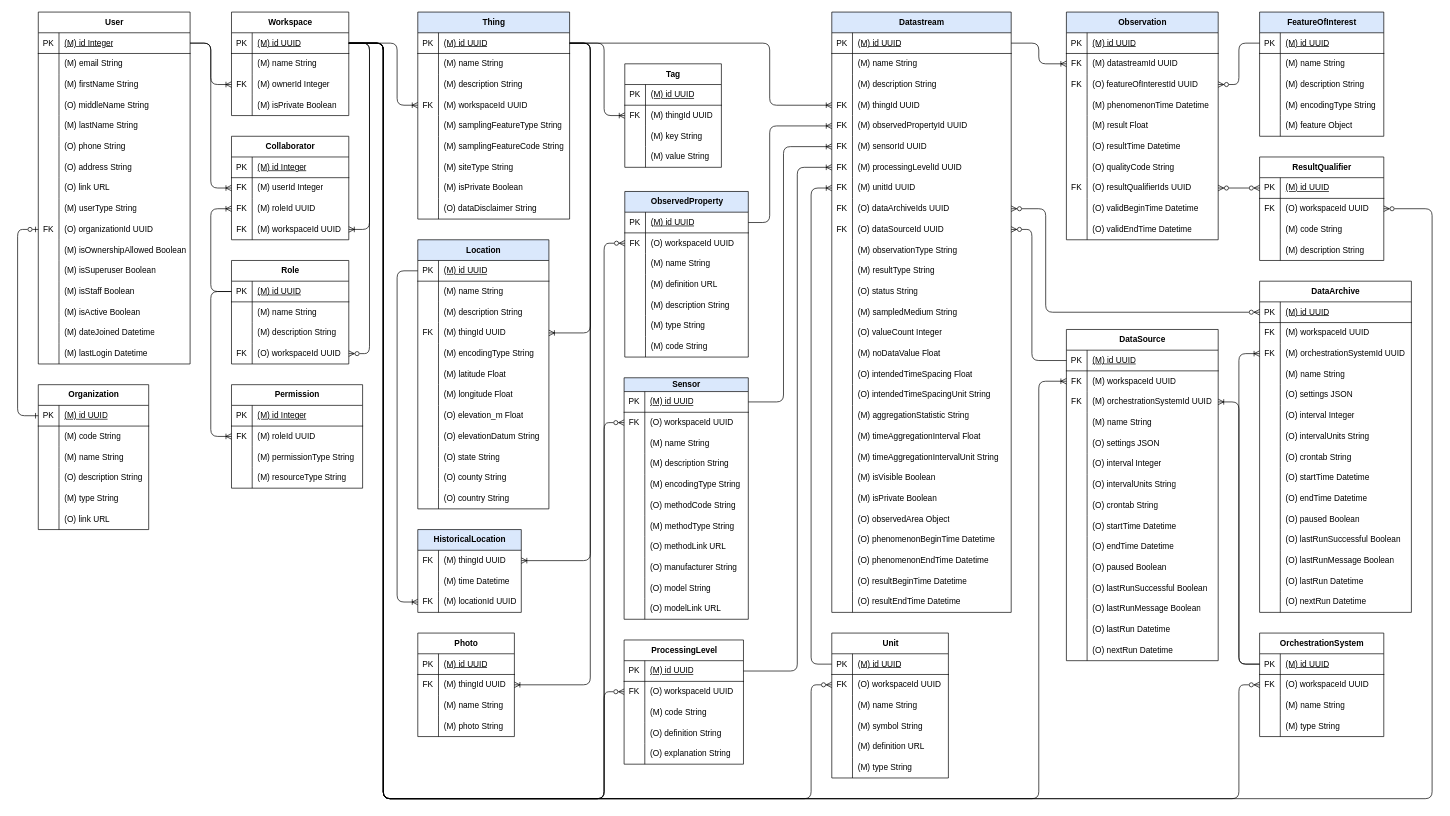
The draw.io diagram docs/datamodel/HydroServer_SensorThings_Data_Model_Simplified.drawio in hydroserver2/hydroserver, before the edit. Source tidied: cells renumbered, new cells numbered last; positions are measured from the earlier drawing's top-left corner, leaving out a move shared by most shapes. Both pictures are drawn from the tidied source at 69%, with x=0, y=0 at pixel (17, 12).
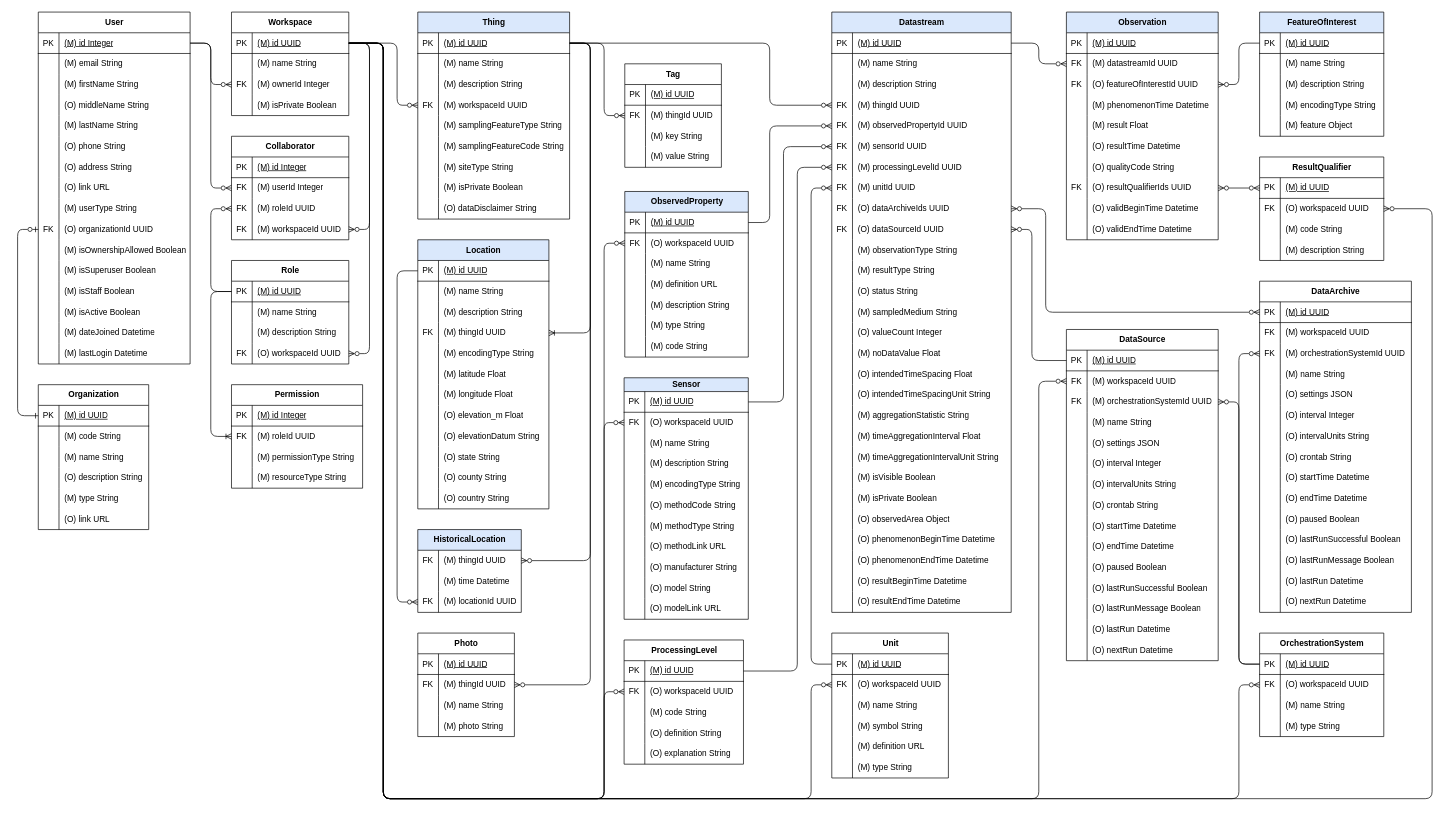
Above is the later version.

The change refers to these unchanged cells:
```xml
<mxCell id="3" style="shape=tableRow;horizontal=0;startSize=0;swimlaneHead=0;swimlaneBody=0;fillColor=none;points=[[0,0.5],[1,0.5]];portConstraint=eastwest;top=0;left=0;right=0;bottom=1;fontSize=12;" parent="2" vertex="1">
<mxCell id="71" style="shape=tableRow;horizontal=0;startSize=0;swimlaneHead=0;swimlaneBody=0;fillColor=none;points=[[0,0.5],[1,0.5]];portConstraint=eastwest;top=0;left=0;right=0;bottom=1;fontSize=12;" parent="70" vertex="1">
<mxCell id="77" style="shape=tableRow;horizontal=0;startSize=0;swimlaneHead=0;swimlaneBody=0;fillColor=none;points=[[0,0.5],[1,0.5]];portConstraint=eastwest;top=0;left=0;right=0;bottom=0;fontSize=12;" parent="70" vertex="1">
<mxCell id="87" style="shape=tableRow;horizontal=0;startSize=0;swimlaneHead=0;swimlaneBody=0;fillColor=none;points=[[0,0.5],[1,0.5]];portConstraint=eastwest;top=0;left=0;right=0;bottom=0;fontSize=12;" parent="83" vertex="1">
<mxCell id="90" style="shape=tableRow;horizontal=0;startSize=0;swimlaneHead=0;swimlaneBody=0;fillColor=none;points=[[0,0.5],[1,0.5]];portConstraint=eastwest;top=0;left=0;right=0;bottom=0;fontSize=12;" parent="83" vertex="1">
<mxCell id="93" style="shape=tableRow;horizontal=0;startSize=0;swimlaneHead=0;swimlaneBody=0;fillColor=none;points=[[0,0.5],[1,0.5]];portConstraint=eastwest;top=0;left=0;right=0;bottom=0;fontSize=12;" parent="83" vertex="1">
<mxCell id="97" style="shape=tableRow;horizontal=0;startSize=0;swimlaneHead=0;swimlaneBody=0;fillColor=none;points=[[0,0.5],[1,0.5]];portConstraint=eastwest;top=0;left=0;right=0;bottom=1;fontSize=12;" parent="96" vertex="1">
<mxCell id="123" style="shape=tableRow;horizontal=0;startSize=0;swimlaneHead=0;swimlaneBody=0;fillColor=none;points=[[0,0.5],[1,0.5]];portConstraint=eastwest;top=0;left=0;right=0;bottom=1;fontSize=12;" parent="122" vertex="1">
<mxCell id="132" style="shape=tableRow;horizontal=0;startSize=0;swimlaneHead=0;swimlaneBody=0;fillColor=none;points=[[0,0.5],[1,0.5]];portConstraint=eastwest;top=0;left=0;right=0;bottom=0;fontSize=12;" parent="122" vertex="1">
<mxCell id="158" style="shape=tableRow;horizontal=0;startSize=0;swimlaneHead=0;swimlaneBody=0;fillColor=none;points=[[0,0.5],[1,0.5]];portConstraint=eastwest;top=0;left=0;right=0;bottom=1;fontSize=12;fontStyle=1;" parent="157" vertex="1">
<mxCell id="195" style="shape=tableRow;horizontal=0;startSize=0;swimlaneHead=0;swimlaneBody=0;fillColor=none;points=[[0,0.5],[1,0.5]];portConstraint=eastwest;top=0;left=0;right=0;bottom=0;fontSize=12;" parent="194" vertex="1">
<mxCell id="201" style="shape=tableRow;horizontal=0;startSize=0;swimlaneHead=0;swimlaneBody=0;fillColor=none;points=[[0,0.5],[1,0.5]];portConstraint=eastwest;top=0;left=0;right=0;bottom=0;fontSize=12;" parent="194" vertex="1">
<mxCell id="208" style="shape=tableRow;horizontal=0;startSize=0;swimlaneHead=0;swimlaneBody=0;fillColor=none;points=[[0,0.5],[1,0.5]];portConstraint=eastwest;top=0;left=0;right=0;bottom=0;fontSize=12;" parent="204" vertex="1">
<mxCell id="221" style="shape=tableRow;horizontal=0;startSize=0;swimlaneHead=0;swimlaneBody=0;fillColor=none;points=[[0,0.5],[1,0.5]];portConstraint=eastwest;top=0;left=0;right=0;bottom=0;fontSize=12;" parent="217" vertex="1">
<mxCell id="237" style="shape=tableRow;horizontal=0;startSize=0;swimlaneHead=0;swimlaneBody=0;fillColor=none;points=[[0,0.5],[1,0.5]];portConstraint=eastwest;top=0;left=0;right=0;bottom=1;fontSize=12;" parent="236" vertex="1">
<mxCell id="272" style="shape=tableRow;horizontal=0;startSize=0;swimlaneHead=0;swimlaneBody=0;fillColor=none;points=[[0,0.5],[1,0.5]];portConstraint=eastwest;top=0;left=0;right=0;bottom=1;fontSize=12;" parent="271" vertex="1">
<mxCell id="281" style="shape=tableRow;horizontal=0;startSize=0;swimlaneHead=0;swimlaneBody=0;fillColor=none;points=[[0,0.5],[1,0.5]];portConstraint=eastwest;top=0;left=0;right=0;bottom=0;fontSize=12;" parent="271" vertex="1">
<mxCell id="284" style="shape=tableRow;horizontal=0;startSize=0;swimlaneHead=0;swimlaneBody=0;fillColor=none;points=[[0,0.5],[1,0.5]];portConstraint=eastwest;top=0;left=0;right=0;bottom=0;fontSize=12;" parent="271" vertex="1">
<mxCell id="287" style="shape=tableRow;horizontal=0;startSize=0;swimlaneHead=0;swimlaneBody=0;fillColor=none;points=[[0,0.5],[1,0.5]];portConstraint=eastwest;top=0;left=0;right=0;bottom=0;fontSize=12;" parent="271" vertex="1">
<mxCell id="290" style="shape=tableRow;horizontal=0;startSize=0;swimlaneHead=0;swimlaneBody=0;fillColor=none;points=[[0,0.5],[1,0.5]];portConstraint=eastwest;top=0;left=0;right=0;bottom=0;fontSize=12;" parent="271" vertex="1">
<mxCell id="293" style="shape=tableRow;horizontal=0;startSize=0;swimlaneHead=0;swimlaneBody=0;fillColor=none;points=[[0,0.5],[1,0.5]];portConstraint=eastwest;top=0;left=0;right=0;bottom=0;fontSize=12;" parent="271" vertex="1">
<mxCell id="359" style="shape=tableRow;horizontal=0;startSize=0;swimlaneHead=0;swimlaneBody=0;fillColor=none;points=[[0,0.5],[1,0.5]];portConstraint=eastwest;top=0;left=0;right=0;bottom=1;fontSize=12;" parent="358" vertex="1">
<mxCell id="377" style="shape=tableRow;horizontal=0;startSize=0;swimlaneHead=0;swimlaneBody=0;fillColor=none;points=[[0,0.5],[1,0.5]];portConstraint=eastwest;top=0;left=0;right=0;bottom=1;fontSize=12;" parent="376" vertex="1">
<mxCell id="399" style="shape=tableRow;horizontal=0;startSize=0;swimlaneHead=0;swimlaneBody=0;fillColor=none;points=[[0,0.5],[1,0.5]];portConstraint=eastwest;top=0;left=0;right=0;bottom=1;fontSize=12;" parent="398" vertex="1">
<mxCell id="421" style="shape=tableRow;horizontal=0;startSize=0;swimlaneHead=0;swimlaneBody=0;fillColor=none;points=[[0,0.5],[1,0.5]];portConstraint=eastwest;top=0;left=0;right=0;bottom=0;fontSize=12;" parent="417" vertex="1">
<mxCell id="482" style="shape=tableRow;horizontal=0;startSize=0;swimlaneHead=0;swimlaneBody=0;fillColor=none;points=[[0,0.5],[1,0.5]];portConstraint=eastwest;top=0;left=0;right=0;bottom=1;fontSize=12;" parent="481" vertex="1">
<mxCell id="498" style="shape=tableRow;horizontal=0;startSize=0;swimlaneHead=0;swimlaneBody=0;fillColor=none;points=[[0,0.5],[1,0.5]];portConstraint=eastwest;top=0;left=0;right=0;bottom=0;fontSize=12;" parent="494" vertex="1">
<mxCell id="501" style="shape=tableRow;horizontal=0;startSize=0;swimlaneHead=0;swimlaneBody=0;fillColor=none;points=[[0,0.5],[1,0.5]];portConstraint=eastwest;top=0;left=0;right=0;bottom=0;fontSize=12;" parent="494" vertex="1">
<mxCell id="547" style="shape=tableRow;horizontal=0;startSize=0;swimlaneHead=0;swimlaneBody=0;fillColor=none;points=[[0,0.5],[1,0.5]];portConstraint=eastwest;top=0;left=0;right=0;bottom=0;fontSize=12;" parent="540" vertex="1">
```

Change to the diagram source:
```diff
@@
-    <mxCell id="151" style="edgeStyle=orthogonalEdgeStyle;rounded=1;jettySize=auto;html=1;exitX=1;exitY=0.5;exitDx=0;exitDy=0;entryX=0;entryY=0.5;entryDx=0;entryDy=0;curved=0;endArrow=ERoneToMany;endFill=0;" parent="1" edge="1" source="3" target="77">
+    <mxCell id="151" style="edgeStyle=orthogonalEdgeStyle;rounded=1;jettySize=auto;html=1;exitX=1;exitY=0.5;exitDx=0;exitDy=0;entryX=0;entryY=0.5;entryDx=0;entryDy=0;curved=0;endArrow=ERzeroToMany;endFill=0;" parent="1" edge="1" source="3" target="77">
       <mxGeometry relative="1" as="geometry">
         <Array as="points">
           <mxPoint x="280" y="45" />
           <mxPoint x="280" y="105" />
         </Array>
       </mxGeometry>
     </mxCell>
-    <mxCell id="152" style="edgeStyle=orthogonalEdgeStyle;rounded=1;jettySize=auto;html=1;exitX=1;exitY=0.5;exitDx=0;exitDy=0;entryX=0;entryY=0.5;entryDx=0;entryDy=0;curved=0;endArrow=ERoneToMany;endFill=0;" parent="1" edge="1" source="3" target="87">
+    <mxCell id="152" style="edgeStyle=orthogonalEdgeStyle;rounded=1;jettySize=auto;html=1;exitX=1;exitY=0.5;exitDx=0;exitDy=0;entryX=0;entryY=0.5;entryDx=0;entryDy=0;curved=0;endArrow=ERzeroToMany;endFill=0;" parent="1" edge="1" source="3" target="87">
       <mxGeometry relative="1" as="geometry">
         <Array as="points">
           <mxPoint x="280" y="45" />
           <mxPoint x="280" y="255" />
         </Array>
       </mxGeometry>
     </mxCell>
-    <mxCell id="153" style="edgeStyle=orthogonalEdgeStyle;rounded=1;jettySize=auto;html=1;exitX=1;exitY=0.5;exitDx=0;exitDy=0;entryX=1;entryY=0.5;entryDx=0;entryDy=0;curved=0;endArrow=ERoneToMany;endFill=0;" parent="1" edge="1" source="71" target="93">
+    <mxCell id="153" style="edgeStyle=orthogonalEdgeStyle;rounded=1;jettySize=auto;html=1;exitX=1;exitY=0.5;exitDx=0;exitDy=0;entryX=1;entryY=0.5;entryDx=0;entryDy=0;curved=0;endArrow=ERzeroToMany;endFill=0;" parent="1" edge="1" source="71" target="93">
       <mxGeometry relative="1" as="geometry">
         <Array as="points">
           <mxPoint x="510" y="45" />
           <mxPoint x="510" y="315" />
         </Array>
       </mxGeometry>
     </mxCell>
-    <mxCell id="154" style="edgeStyle=orthogonalEdgeStyle;rounded=1;jettySize=auto;html=1;exitX=0;exitY=0.5;exitDx=0;exitDy=0;entryX=0;entryY=0.5;entryDx=0;entryDy=0;curved=0;endArrow=ERoneToMany;endFill=0;" parent="1" edge="1" source="97" target="90">
+    <mxCell id="154" style="edgeStyle=orthogonalEdgeStyle;rounded=1;jettySize=auto;html=1;exitX=0;exitY=0.5;exitDx=0;exitDy=0;entryX=0;entryY=0.5;entryDx=0;entryDy=0;curved=0;endArrow=ERzeroToMany;endFill=0;" parent="1" edge="1" source="97" target="90">
       <mxGeometry relative="1" as="geometry">
         <Array as="points">
           <mxPoint x="280" y="405" />
           <mxPoint x="280" y="285" />
         </Array>
       </mxGeometry>
     </mxCell>
@@
-    <mxCell id="230" style="edgeStyle=orthogonalEdgeStyle;rounded=1;jettySize=auto;html=1;exitX=1;exitY=0.5;exitDx=0;exitDy=0;entryX=0;entryY=0.5;entryDx=0;entryDy=0;curved=0;endArrow=ERoneToMany;endFill=0;" parent="1" edge="1" source="71" target="132">
+    <mxCell id="230" style="edgeStyle=orthogonalEdgeStyle;rounded=1;jettySize=auto;html=1;exitX=1;exitY=0.5;exitDx=0;exitDy=0;entryX=0;entryY=0.5;entryDx=0;entryDy=0;curved=0;endArrow=ERzeroToMany;endFill=0;" parent="1" edge="1" source="71" target="132">
       <mxGeometry relative="1" as="geometry">
         <Array as="points">
           <mxPoint x="550" y="45" />
           <mxPoint x="550" y="135" />
         </Array>
       </mxGeometry>
     </mxCell>
@@
-    <mxCell id="232" style="edgeStyle=orthogonalEdgeStyle;rounded=1;jettySize=auto;html=1;exitX=1;exitY=0.5;exitDx=0;exitDy=0;entryX=1;entryY=0.5;entryDx=0;entryDy=0;curved=0;endArrow=ERoneToMany;endFill=0;" parent="1" edge="1" source="123" target="195">
+    <mxCell id="232" style="edgeStyle=orthogonalEdgeStyle;rounded=1;jettySize=auto;html=1;exitX=1;exitY=0.5;exitDx=0;exitDy=0;entryX=1;entryY=0.5;entryDx=0;entryDy=0;curved=0;endArrow=ERzeroToMany;endFill=0;" parent="1" edge="1" source="123" target="195">
       <mxGeometry relative="1" as="geometry">
         <Array as="points">
           <mxPoint x="830" y="45" />
           <mxPoint x="830" y="795" />
         </Array>
       </mxGeometry>
     </mxCell>
-    <mxCell id="233" style="edgeStyle=orthogonalEdgeStyle;rounded=1;jettySize=auto;html=1;exitX=0;exitY=0.5;exitDx=0;exitDy=0;entryX=0;entryY=0.5;entryDx=0;entryDy=0;curved=0;endArrow=ERoneToMany;endFill=0;" parent="1" edge="1" source="158" target="201">
+    <mxCell id="233" style="edgeStyle=orthogonalEdgeStyle;rounded=1;jettySize=auto;html=1;exitX=0;exitY=0.5;exitDx=0;exitDy=0;entryX=0;entryY=0.5;entryDx=0;entryDy=0;curved=0;endArrow=ERzeroToMany;endFill=0;" parent="1" edge="1" source="158" target="201">
       <mxGeometry relative="1" as="geometry">
         <Array as="points">
           <mxPoint x="550" y="375" />
           <mxPoint x="550" y="855" />
         </Array>
       </mxGeometry>
     </mxCell>
-    <mxCell id="234" style="edgeStyle=orthogonalEdgeStyle;rounded=1;jettySize=auto;html=1;exitX=1;exitY=0.5;exitDx=0;exitDy=0;entryX=0;entryY=0.5;entryDx=0;entryDy=0;curved=0;endArrow=ERoneToMany;endFill=0;" parent="1" edge="1" source="123" target="208">
+    <mxCell id="234" style="edgeStyle=orthogonalEdgeStyle;rounded=1;jettySize=auto;html=1;exitX=1;exitY=0.5;exitDx=0;exitDy=0;entryX=0;entryY=0.5;entryDx=0;entryDy=0;curved=0;endArrow=ERzeroToMany;endFill=0;" parent="1" edge="1" source="123" target="208">
       <mxGeometry relative="1" as="geometry">
         <Array as="points">
           <mxPoint x="850" y="45" />
           <mxPoint x="850" y="150" />
         </Array>
       </mxGeometry>
     </mxCell>
-    <mxCell id="235" style="edgeStyle=orthogonalEdgeStyle;rounded=1;jettySize=auto;html=1;exitX=1;exitY=0.5;exitDx=0;exitDy=0;curved=0;endArrow=ERoneToMany;endFill=0;entryX=1;entryY=0.5;entryDx=0;entryDy=0;" parent="1" edge="1" source="123" target="221">
+    <mxCell id="235" style="edgeStyle=orthogonalEdgeStyle;rounded=1;jettySize=auto;html=1;exitX=1;exitY=0.5;exitDx=0;exitDy=0;curved=0;endArrow=ERzeroToMany;endFill=0;entryX=1;entryY=0.5;entryDx=0;entryDy=0;" parent="1" edge="1" source="123" target="221">
       <mxGeometry relative="1" as="geometry">
         <Array as="points">
           <mxPoint x="830" y="45" />
           <mxPoint x="830" y="975" />
         </Array>
       </mxGeometry>
     </mxCell>
@@
-    <mxCell id="356" style="edgeStyle=orthogonalEdgeStyle;rounded=1;jettySize=auto;html=1;exitX=1;exitY=0.5;exitDx=0;exitDy=0;entryX=0;entryY=0.5;entryDx=0;entryDy=0;curved=0;endArrow=ERoneToMany;endFill=0;" parent="1" edge="1" source="123" target="281">
+    <mxCell id="356" style="edgeStyle=orthogonalEdgeStyle;rounded=1;jettySize=auto;html=1;exitX=1;exitY=0.5;exitDx=0;exitDy=0;entryX=0;entryY=0.5;entryDx=0;entryDy=0;curved=0;endArrow=ERzeroToMany;endFill=0;" parent="1" edge="1" source="123" target="281">
       <mxGeometry relative="1" as="geometry">
         <Array as="points">
           <mxPoint x="1090" y="45" />
           <mxPoint x="1090" y="135" />
         </Array>
       </mxGeometry>
     </mxCell>
-    <mxCell id="357" style="edgeStyle=orthogonalEdgeStyle;rounded=1;jettySize=auto;html=1;exitX=1;exitY=0.5;exitDx=0;exitDy=0;entryX=0;entryY=0.5;entryDx=0;entryDy=0;curved=0;endArrow=ERoneToMany;endFill=0;" parent="1" edge="1" source="237" target="287">
+    <mxCell id="357" style="edgeStyle=orthogonalEdgeStyle;rounded=1;jettySize=auto;html=1;exitX=1;exitY=0.5;exitDx=0;exitDy=0;entryX=0;entryY=0.5;entryDx=0;entryDy=0;curved=0;endArrow=ERzeroToMany;endFill=0;" parent="1" edge="1" source="237" target="287">
       <mxGeometry relative="1" as="geometry">
         <Array as="points">
           <mxPoint x="1110" y="565" />
           <mxPoint x="1110" y="195" />
         </Array>
       </mxGeometry>
     </mxCell>
@@
-    <mxCell id="374" style="edgeStyle=orthogonalEdgeStyle;rounded=1;jettySize=auto;html=1;exitX=1;exitY=0.5;exitDx=0;exitDy=0;entryX=0;entryY=0.5;entryDx=0;entryDy=0;curved=0;endArrow=ERoneToMany;endFill=0;" parent="1" edge="1" source="359" target="290">
+    <mxCell id="374" style="edgeStyle=orthogonalEdgeStyle;rounded=1;jettySize=auto;html=1;exitX=1;exitY=0.5;exitDx=0;exitDy=0;entryX=0;entryY=0.5;entryDx=0;entryDy=0;curved=0;endArrow=ERzeroToMany;endFill=0;" parent="1" edge="1" source="359" target="290">
       <mxGeometry relative="1" as="geometry">
         <Array as="points">
           <mxPoint x="1130" y="955" />
           <mxPoint x="1130" y="225" />
         </Array>
       </mxGeometry>
     </mxCell>
@@
-    <mxCell id="448" style="edgeStyle=orthogonalEdgeStyle;rounded=1;jettySize=auto;html=1;exitX=0;exitY=0.5;exitDx=0;exitDy=0;entryX=0;entryY=0.5;entryDx=0;entryDy=0;curved=0;endArrow=ERoneToMany;endFill=0;" parent="1" edge="1" source="399" target="293">
+    <mxCell id="448" style="edgeStyle=orthogonalEdgeStyle;rounded=1;jettySize=auto;html=1;exitX=0;exitY=0.5;exitDx=0;exitDy=0;entryX=0;entryY=0.5;entryDx=0;entryDy=0;curved=0;endArrow=ERzeroToMany;endFill=0;" parent="1" edge="1" source="399" target="293">
       <mxGeometry relative="1" as="geometry">
         <Array as="points">
           <mxPoint x="1150" y="945" />
           <mxPoint x="1150" y="255" />
         </Array>
       </mxGeometry>
     </mxCell>
-    <mxCell id="449" style="edgeStyle=orthogonalEdgeStyle;rounded=1;jettySize=auto;html=1;exitX=1;exitY=0.5;exitDx=0;exitDy=0;entryX=0;entryY=0.5;entryDx=0;entryDy=0;curved=0;endArrow=ERoneToMany;endFill=0;" parent="1" edge="1" source="377" target="284">
+    <mxCell id="449" style="edgeStyle=orthogonalEdgeStyle;rounded=1;jettySize=auto;html=1;exitX=1;exitY=0.5;exitDx=0;exitDy=0;entryX=0;entryY=0.5;entryDx=0;entryDy=0;curved=0;endArrow=ERzeroToMany;endFill=0;" parent="1" edge="1" source="377" target="284">
       <mxGeometry relative="1" as="geometry">
         <Array as="points">
           <mxPoint x="1090" y="305" />
           <mxPoint x="1090" y="165" />
         </Array>
       </mxGeometry>
     </mxCell>
@@
-    <mxCell id="588" style="edgeStyle=orthogonalEdgeStyle;rounded=1;jettySize=auto;html=1;exitX=1;exitY=0.5;exitDx=0;exitDy=0;entryX=0;entryY=0.5;entryDx=0;entryDy=0;curved=0;endArrow=ERoneToMany;endFill=0;" parent="1" edge="1" source="272" target="421">
+    <mxCell id="588" style="edgeStyle=orthogonalEdgeStyle;rounded=1;jettySize=auto;html=1;exitX=1;exitY=0.5;exitDx=0;exitDy=0;entryX=0;entryY=0.5;entryDx=0;entryDy=0;curved=0;endArrow=ERzeroToMany;endFill=0;" parent="1" edge="1" source="272" target="421">
       <mxGeometry relative="1" as="geometry" />
     </mxCell>
@@
-    <mxCell id="591" style="edgeStyle=orthogonalEdgeStyle;rounded=1;jettySize=auto;html=1;exitX=0;exitY=0.5;exitDx=0;exitDy=0;entryX=1;entryY=0.5;entryDx=0;entryDy=0;curved=0;endArrow=ERoneToMany;endFill=0;" parent="1" edge="1" source="482" target="501">
+    <mxCell id="591" style="edgeStyle=orthogonalEdgeStyle;rounded=1;jettySize=auto;html=1;exitX=0;exitY=0.5;exitDx=0;exitDy=0;entryX=1;entryY=0.5;entryDx=0;entryDy=0;curved=0;endArrow=ERzeroToMany;endFill=0;" parent="1" edge="1" source="482" target="501">
       <mxGeometry relative="1" as="geometry">
         <Array as="points">
           <mxPoint x="1770" y="945" />
           <mxPoint x="1770" y="565" />
         </Array>
       </mxGeometry>
     </mxCell>
-    <mxCell id="592" style="edgeStyle=orthogonalEdgeStyle;rounded=1;jettySize=auto;html=1;exitX=0;exitY=0.5;exitDx=0;exitDy=0;entryX=0;entryY=0.5;entryDx=0;entryDy=0;curved=0;endArrow=ERoneToMany;endFill=0;" parent="1" edge="1" source="482" target="547">
+    <mxCell id="592" style="edgeStyle=orthogonalEdgeStyle;rounded=1;jettySize=auto;html=1;exitX=0;exitY=0.5;exitDx=0;exitDy=0;entryX=0;entryY=0.5;entryDx=0;entryDy=0;curved=0;endArrow=ERzeroToMany;endFill=0;" parent="1" edge="1" source="482" target="547">
       <mxGeometry relative="1" as="geometry">
         <Array as="points">
           <mxPoint x="1770" y="945" />
           <mxPoint x="1770" y="495" />
         </Array>
       </mxGeometry>
     </mxCell>
-    <mxCell id="593" style="edgeStyle=orthogonalEdgeStyle;rounded=1;jettySize=auto;html=1;exitX=1;exitY=0.5;exitDx=0;exitDy=0;entryX=0;entryY=0.5;entryDx=0;entryDy=0;curved=0;endArrow=ERoneToMany;endFill=0;" parent="1" edge="1" source="71" target="498">
+    <mxCell id="593" style="edgeStyle=orthogonalEdgeStyle;rounded=1;jettySize=auto;html=1;exitX=1;exitY=0.5;exitDx=0;exitDy=0;entryX=0;entryY=0.5;entryDx=0;entryDy=0;curved=0;endArrow=ERzeroToMany;endFill=0;" parent="1" edge="1" source="71" target="498">
       <mxGeometry relative="1" as="geometry">
         <Array as="points">
           <mxPoint x="530" y="45" />
           <mxPoint x="530" y="1140" />
           <mxPoint x="1480" y="1140" />
           <mxPoint x="1480" y="535" />
         </Array>
       </mxGeometry>
     </mxCell>
```
